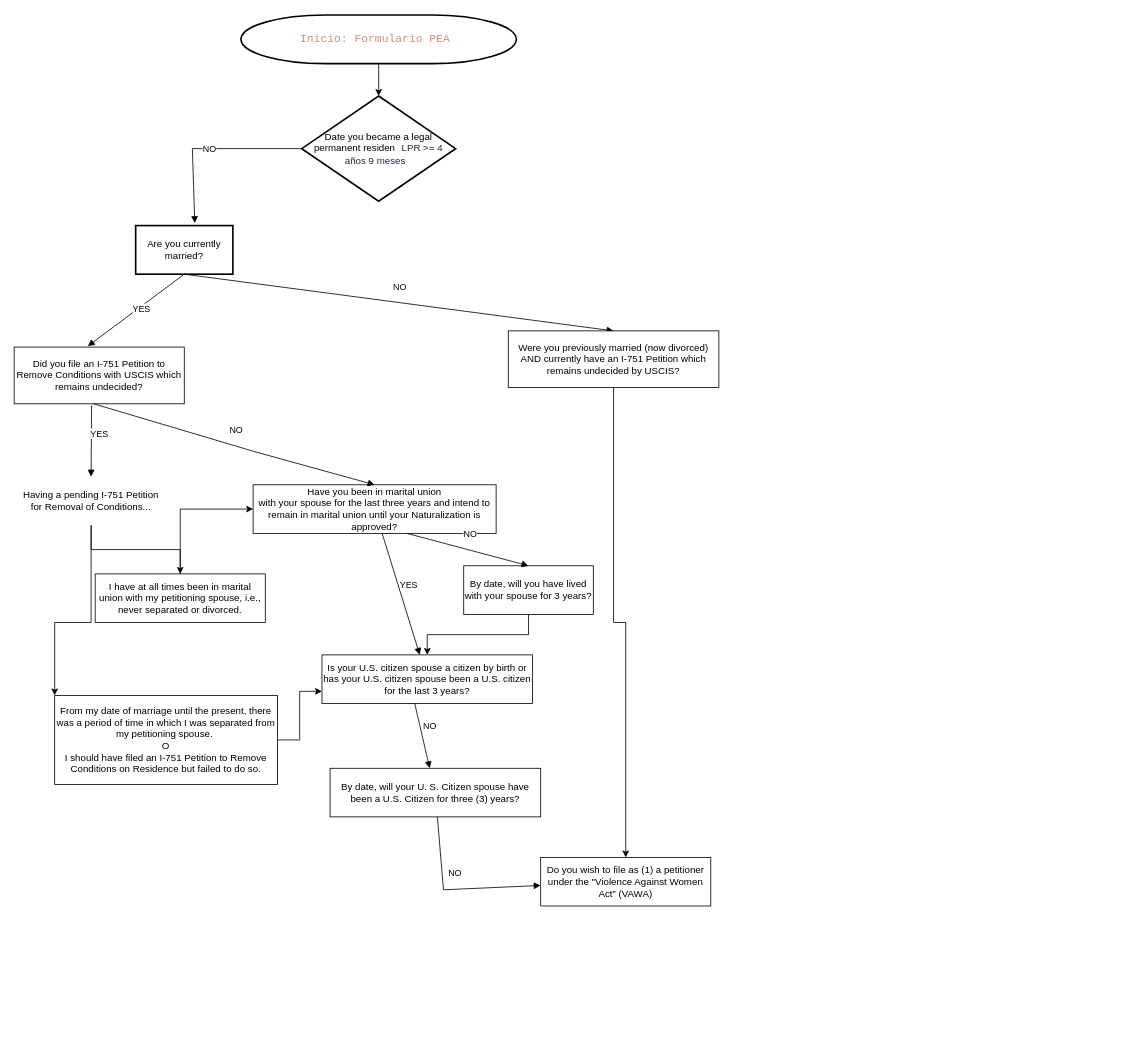
This is Preliminary Diagram.drawio from thomywtc/portfolio, a draw.io file, before an edit. Source tidied: cells renumbered, new cells numbered last; positions are measured from the earlier drawing's top-left corner, leaving out a move shared by most shapes. Both pictures are drawn from the tidied source at 81%, with x=0, y=0 at pixel (14, 15).
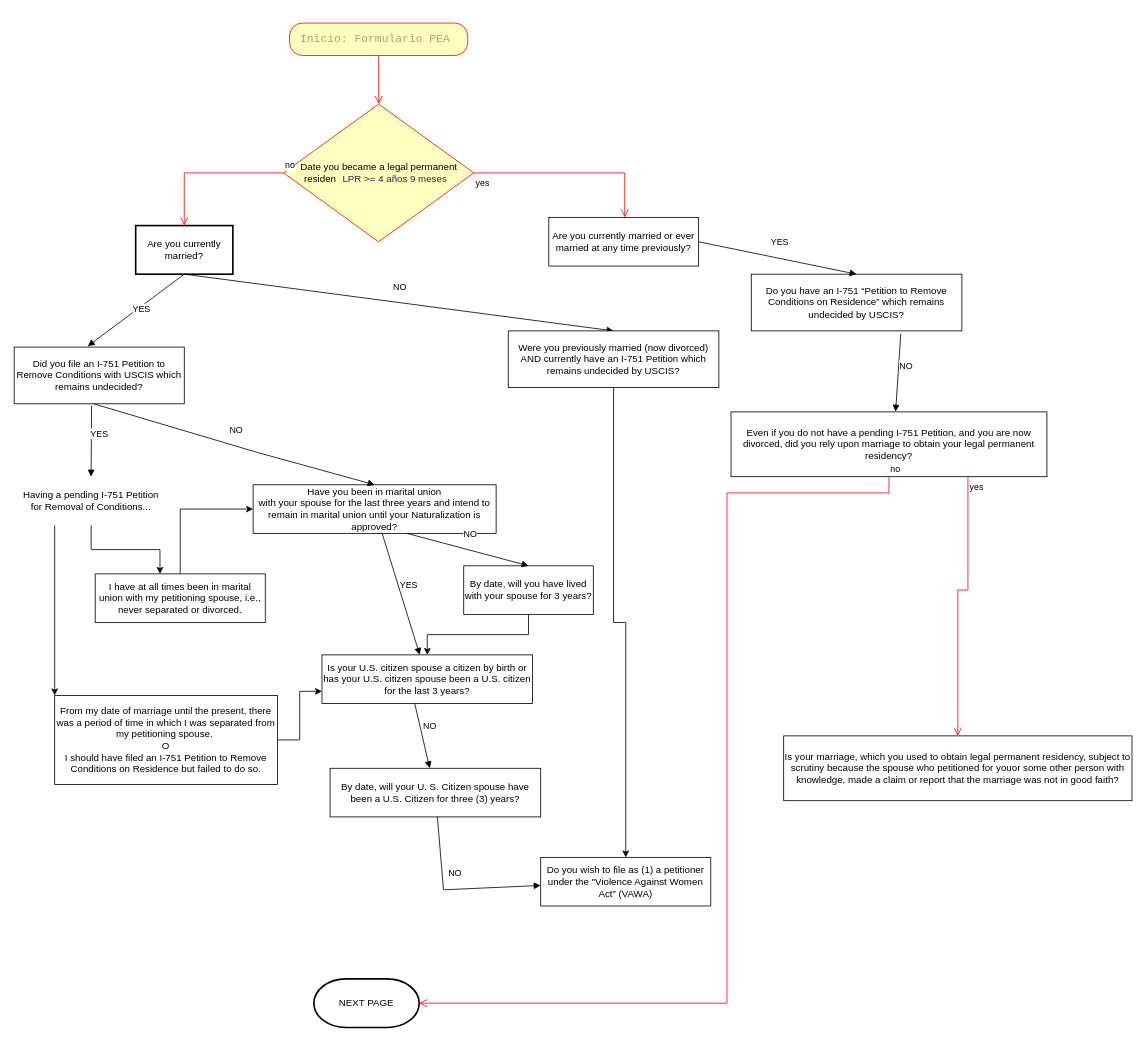
The same diagram, later.

The change refers to these unchanged cells:
```xml
<mxCell id="5" value="&lt;span class=&quot;gform-field-label__text&quot;&gt;Are you currently married?&lt;/span&gt;" style="whiteSpace=wrap;html=1;strokeWidth=2;" parent="1" vertex="1">
  <mxGeometry x="150" y="260" width="120" height="60" as="geometry" />
</mxCell>
<mxCell id="16" value="&lt;span class=&quot;gform-field-label__text&quot;&gt;Having a pending I-751 Petition &lt;br&gt;for Removal of Conditions&lt;/span&gt;..." style="text;html=1;whiteSpace=wrap;strokeColor=none;fillColor=none;align=center;verticalAlign=middle;rounded=0;" parent="1" vertex="1">
  <mxGeometry x="10" y="570" width="170" height="60" as="geometry" />
</mxCell>
<mxCell id="28" value="I have at all times been in marital union with my petitioning spouse, i.e., never separated or divorced." style="rounded=0;whiteSpace=wrap;html=1;" parent="1" vertex="1">
  <mxGeometry x="100" y="690" width="210" height="60" as="geometry" />
</mxCell>
<mxCell id="30" value="From my date of marriage until the present, there was a period of time in which I was separated from my petitioning spouse.&amp;nbsp;&lt;br&gt;O&lt;br&gt;I should have filed an I-751 Petition to Remove Conditions on Residence but failed to do so." style="rounded=0;whiteSpace=wrap;html=1;" parent="1" vertex="1">
  <mxGeometry x="50" y="840" width="275" height="110" as="geometry" />
</mxCell>
```

Change to the diagram source:
```diff
@@
-    <mxCell id="2" style="edgeStyle=none;rounded=0;jettySize=auto;html=1;" parent="1" edge="1" source="3" target="4">
-      <mxGeometry relative="1" as="geometry" />
-    </mxCell>
-    <mxCell id="3" value="&lt;div style=&quot;color: rgb(212, 212, 212); font-family: Consolas, &amp;quot;Courier New&amp;quot;, monospace; font-weight: normal; font-size: 14px; line-height: 19px; white-space: pre;&quot;&gt;&lt;div&gt;&lt;span style=&quot;color: rgb(206, 145, 120);&quot;&gt;Inicio: Formulario PEA &lt;/span&gt;&lt;/div&gt;&lt;/div&gt;" style="strokeWidth=2;html=1;shape=mxgraph.flowchart.terminator;whiteSpace=wrap;" parent="1" vertex="1">
-      <mxGeometry x="280" width="340" height="60" as="geometry" />
-    </mxCell>
-    <mxCell id="4" value="&lt;span class=&quot;gform-field-label__text&quot;&gt;Date you became a legal permanent residen&lt;/span&gt;&lt;span style=&quot;padding-left: 8px; padding-right: 8px; text-align: center; justify-content: center; color: light-dark(rgb(40, 37, 61), rgb(255, 255, 255));&quot;&gt;LPR &amp;gt;= 4 años 9 meses&lt;/span&gt;" style="strokeWidth=2;html=1;shape=mxgraph.flowchart.decision;whiteSpace=wrap;" parent="1" vertex="1">
-      <mxGeometry x="355" y="100" width="190" height="130" as="geometry" />
-    </mxCell>
@@
-    <mxCell id="6" value="&lt;div&gt;NO&lt;/div&gt;" style="html=1;verticalAlign=bottom;endArrow=block;curved=0;rounded=0;entryX=0.608;entryY=-0.05;entryDx=0;entryDy=0;entryPerimeter=0;exitX=0;exitY=0.5;exitDx=0;exitDy=0;exitPerimeter=0;" parent="1" edge="1" source="4" target="5">
-      <mxGeometry y="10" relative="1" as="geometry">
-        <Array as="points">
-          <mxPoint x="220" y="165" />
-        </Array>
-      </mxGeometry>
-    </mxCell>
@@
     <mxCell id="14" style="edgeStyle=orthogonalEdgeStyle;rounded=0;jettySize=auto;html=1;" parent="1" edge="1" source="16" target="28">
-      <mxGeometry relative="1" as="geometry" />
+      <mxGeometry relative="1" as="geometry">
+        <Array as="points">
+          <mxPoint x="95" y="660" />
+          <mxPoint x="180" y="660" />
+        </Array>
+      </mxGeometry>
     </mxCell>
     <mxCell id="15" style="edgeStyle=orthogonalEdgeStyle;rounded=0;jettySize=auto;html=1;" parent="1" edge="1" source="16" target="30">
       <mxGeometry relative="1" as="geometry">
         <Array as="points">
-          <mxPoint x="95" y="750" />
-          <mxPoint x="50" y="750" />
-          <mxPoint x="50" y="925" />
+          <mxPoint x="50" y="690" />
+          <mxPoint x="50" y="690" />
         </Array>
       </mxGeometry>
     </mxCell>
@@
+    <mxCell id="3" value="&lt;div style=&quot;color: rgb(212, 212, 212); font-family: Consolas, &amp;quot;Courier New&amp;quot;, monospace; font-weight: normal; font-size: 14px; line-height: 19px; white-space: pre;&quot;&gt;&lt;div&gt;&lt;span style=&quot;color: rgb(206, 145, 120);&quot;&gt;Inicio: Formulario PEA &lt;/span&gt;&lt;/div&gt;&lt;/div&gt;" style="rounded=1;whiteSpace=wrap;html=1;arcSize=40;fontColor=#000000;fillColor=#ffffc0;strokeColor=#ff0000;" parent="1" vertex="1">
+      <mxGeometry x="340" y="10" width="220" height="40" as="geometry" />
+    </mxCell>
+    <mxCell id="2" style="edgeStyle=orthogonalEdgeStyle;html=1;verticalAlign=bottom;endArrow=open;endSize=8;strokeColor=#ff0000;rounded=0;entryX=0.5;entryY=0;entryDx=0;entryDy=0;" parent="1" edge="1" source="3" target="4">
+      <mxGeometry relative="1" as="geometry" />
+    </mxCell>
+    <mxCell id="4" value="&lt;span class=&quot;gform-field-label__text&quot;&gt;Date you became a legal permanent residen&lt;/span&gt;&lt;span style=&quot;padding-left: 8px; padding-right: 8px; text-align: center; justify-content: center; color: light-dark(rgb(40, 37, 61), rgb(255, 255, 255));&quot;&gt;LPR &amp;gt;= 4 años 9 meses&lt;/span&gt;" style="rhombus;whiteSpace=wrap;html=1;fontColor=#000000;fillColor=#ffffc0;strokeColor=#ff0000;" parent="1" vertex="1">
+      <mxGeometry x="332.5" y="110" width="235" height="170" as="geometry" />
+    </mxCell>
+    <mxCell id="32" value="no" style="edgeStyle=orthogonalEdgeStyle;html=1;align=left;verticalAlign=bottom;endArrow=open;endSize=8;strokeColor=#ff0000;rounded=0;entryX=0.5;entryY=0;entryDx=0;entryDy=0;" parent="1" edge="1" source="4" target="5">
+      <mxGeometry x="-1" relative="1" as="geometry" />
+    </mxCell>
+    <mxCell id="33" value="yes" style="edgeStyle=orthogonalEdgeStyle;html=1;align=left;verticalAlign=top;endArrow=open;endSize=8;strokeColor=#ff0000;rounded=0;" parent="1" edge="1" source="4" target="34">
+      <mxGeometry x="-1" relative="1" as="geometry">
+        <Array as="points">
+          <mxPoint x="753.8" y="195" />
+        </Array>
+      </mxGeometry>
+    </mxCell>
+    <mxCell id="34" value="&lt;span class=&quot;gform-field-label__text&quot;&gt;Are you currently married or ever married at any time previously?&lt;/span&gt;" style="rounded=0;whiteSpace=wrap;html=1;" parent="1" vertex="1">
+      <mxGeometry x="660" y="250" width="185" height="60" as="geometry" />
+    </mxCell>
+    <mxCell id="35" value="NEXT PAGE" style="strokeWidth=2;html=1;shape=mxgraph.flowchart.terminator;whiteSpace=wrap;strokeColor=light-dark(#000000,#3399FF);" parent="1" vertex="1">
+      <mxGeometry x="370" y="1190" width="130" height="60" as="geometry" />
+    </mxCell>
+    <mxCell id="36" value="&lt;span class=&quot;gform-field-label__text&quot;&gt;Do you have an I-751 “Petition to Remove Conditions on Residence” which remains undecided by USCIS?&lt;/span&gt;" style="whiteSpace=wrap;html=1;align=center;" parent="1" vertex="1">
+      <mxGeometry x="910" y="320" width="260" height="70" as="geometry" />
+    </mxCell>
+    <mxCell id="37" value="YES" style="html=1;verticalAlign=bottom;endArrow=block;curved=0;rounded=0;exitX=1;exitY=0.5;exitDx=0;exitDy=0;entryX=0.5;entryY=0;entryDx=0;entryDy=0;" parent="1" edge="1" source="34" target="36">
+      <mxGeometry y="10" relative="1" as="geometry" />
+    </mxCell>
+    <mxCell id="38" value="&lt;span class=&quot;gform-field-label__text&quot;&gt;Even if you do not have a pending I-751 Petition, and you are now divorced, did you rely upon marriage to obtain your legal permanent residency?&lt;/span&gt;" style="whiteSpace=wrap;html=1;align=center;" parent="1" vertex="1">
+      <mxGeometry x="885" y="490" width="390" height="80" as="geometry" />
+    </mxCell>
+    <mxCell id="6" value="&lt;div&gt;NO&lt;/div&gt;" style="html=1;verticalAlign=bottom;endArrow=block;curved=0;rounded=0;exitX=0.71;exitY=1.05;exitDx=0;exitDy=0;entryX=0.521;entryY=-0.003;entryDx=0;entryDy=0;entryPerimeter=0;exitPerimeter=0;" parent="1" edge="1" source="36" target="38">
+      <mxGeometry y="10" relative="1" as="geometry" />
+    </mxCell>
+    <mxCell id="39" value="&lt;span class=&quot;gform-field-label__text&quot;&gt;Is your marriage, which you used to obtain legal permanent residency, subject to scrutiny because the spouse who petitioned for youor some other person with knowledge, made a&amp;nbsp;claim or report that the marriage was not in good faith?&lt;/span&gt;" style="whiteSpace=wrap;html=1;align=center;" parent="1" vertex="1">
+      <mxGeometry x="950" y="890" width="430" height="80" as="geometry" />
+    </mxCell>
+    <mxCell id="40" value="yes" style="edgeStyle=orthogonalEdgeStyle;html=1;align=left;verticalAlign=top;endArrow=open;endSize=8;strokeColor=light-dark(#FF0000,#FFFFFF);rounded=0;exitX=0.75;exitY=1;exitDx=0;exitDy=0;entryX=0.5;entryY=0;entryDx=0;entryDy=0;" parent="1" edge="1" source="38" target="39">
+      <mxGeometry x="-1" relative="1" as="geometry">
+        <Array as="points">
+          <mxPoint x="1177.5" y="710" />
+          <mxPoint x="1165" y="710" />
+        </Array>
+      </mxGeometry>
+    </mxCell>
+    <mxCell id="41" value="no" style="edgeStyle=orthogonalEdgeStyle;html=1;align=left;verticalAlign=bottom;endArrow=open;endSize=8;strokeColor=light-dark(#FF0000,#FFFFFF);rounded=0;entryX=1;entryY=0.5;entryDx=0;entryDy=0;entryPerimeter=0;" parent="1" edge="1" source="38" target="35">
+      <mxGeometry x="-1" relative="1" as="geometry">
+        <Array as="points">
+          <mxPoint x="880" y="590" />
+          <mxPoint x="880" y="1220" />
+        </Array>
+      </mxGeometry>
+    </mxCell>
```
